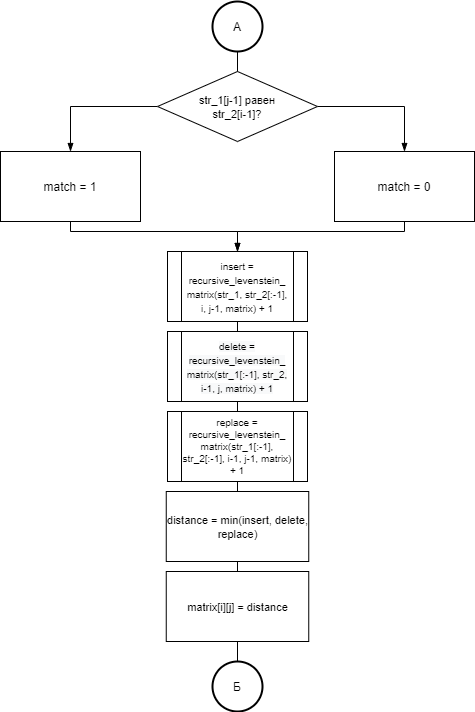
This is lab_01/report/diagrams/Рекурсивный Левенштейн с матрицей2.png from leontartykov/bmstu_sem_5_aa, a draw.io export, as it was before one commit. Source tidied: cells renumbered, new cells last; positions are measured from the earlier drawing's top-left corner, leaving out a move shared by most shapes.
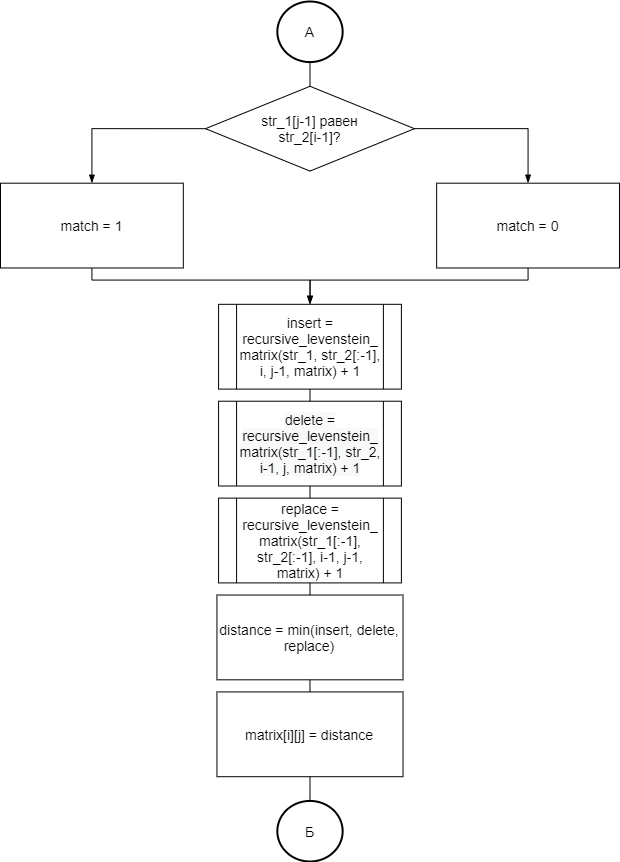
Above is the later version.

What changed in the source:
```diff
@@ -2,75 +2,78 @@
   <root>
     <mxCell id="0" />
     <mxCell id="1" parent="0" />
-    <mxCell id="2" style="edgeStyle=orthogonalEdgeStyle;rounded=0;jettySize=auto;html=1;entryX=0.5;entryY=0;entryDx=0;entryDy=0;endArrow=blockThin;endFill=1;" parent="1" edge="1" source="4" target="14">
-      <mxGeometry relative="1" as="geometry" />
-    </mxCell>
-    <mxCell id="3" style="edgeStyle=orthogonalEdgeStyle;rounded=0;jettySize=auto;html=1;exitX=0;exitY=0.5;exitDx=0;exitDy=0;entryX=0.5;entryY=0;entryDx=0;entryDy=0;endArrow=blockThin;endFill=1;" parent="1" edge="1" source="4" target="16">
-      <mxGeometry relative="1" as="geometry" />
-    </mxCell>
+    <mxCell id="22" style="group;" parent="1" vertex="1">
+      <mxGeometry x="-43" y="-140" width="619" height="860" as="geometry" />
+    </mxCell>
-    <mxCell id="4" value="&lt;font style=&quot;font-size: 11px&quot;&gt;str_1[j-1] равен&lt;br&gt;str_2[i-1]?&lt;/font&gt;" style="rhombus;whiteSpace=wrap;html=1;" parent="1" vertex="1">
-      <mxGeometry x="157" y="70" width="160" height="70" as="geometry" />
+    <mxCell id="4" value="&lt;font style=&quot;font-size: 14px&quot;&gt;str_1[j-1] равен&lt;br&gt;str_2[i-1]?&lt;/font&gt;" style="rhombus;whiteSpace=wrap;html=1;" parent="22" vertex="1">
+      <mxGeometry x="205" y="84.8" width="208.9" height="84.8" as="geometry" />
     </mxCell>
+    <mxCell id="6" value="&lt;font style=&quot;font-size: 14px&quot;&gt;&lt;br&gt;insert = recursive_levenstein_&lt;br&gt;matrix(str_1, str_2[:-1],&lt;br&gt;i, j-1, matrix) + 1&lt;br&gt;&amp;nbsp;&lt;/font&gt;" style="shape=process;whiteSpace=wrap;html=1;backgroundOutline=1;" parent="22" vertex="1">
+      <mxGeometry x="218.1" y="302.8" width="182.8" height="84.8" as="geometry" />
+    </mxCell>
+    <mxCell id="8" value="&lt;font style=&quot;font-size: 14px&quot;&gt;&lt;span style=&quot;color: rgb(0 , 0 , 0) ; font-family: &amp;#34;helvetica&amp;#34; ; font-style: normal ; font-weight: 400 ; letter-spacing: normal ; text-align: center ; text-indent: 0px ; text-transform: none ; word-spacing: 0px ; background-color: rgb(248 , 249 , 250) ; display: inline ; float: none&quot;&gt;delete = recursive_levenstein_&lt;/span&gt;&lt;br style=&quot;color: rgb(0 , 0 , 0) ; font-family: &amp;#34;helvetica&amp;#34; ; font-style: normal ; font-weight: 400 ; letter-spacing: normal ; text-align: center ; text-indent: 0px ; text-transform: none ; word-spacing: 0px ; background-color: rgb(248 , 249 , 250)&quot;&gt;&lt;span style=&quot;color: rgb(0 , 0 , 0) ; font-family: &amp;#34;helvetica&amp;#34; ; font-style: normal ; font-weight: 400 ; letter-spacing: normal ; text-align: center ; text-indent: 0px ; text-transform: none ; word-spacing: 0px ; background-color: rgb(248 , 249 , 250) ; display: inline ; float: none&quot;&gt;matrix(&lt;/span&gt;&lt;span style=&quot;color: rgb(0 , 0 , 0) ; font-family: &amp;#34;helvetica&amp;#34; ; font-style: normal ; font-weight: 400 ; letter-spacing: normal ; text-align: center ; text-indent: 0px ; text-transform: none ; word-spacing: 0px ; background-color: rgb(248 , 249 , 250) ; display: inline ; float: none&quot;&gt;str_1[:-1], str_2,&lt;/span&gt;&lt;br style=&quot;color: rgb(0 , 0 , 0) ; font-family: &amp;#34;helvetica&amp;#34; ; font-style: normal ; font-weight: 400 ; letter-spacing: normal ; text-align: center ; text-indent: 0px ; text-transform: none ; word-spacing: 0px ; background-color: rgb(248 , 249 , 250)&quot;&gt;&lt;span style=&quot;color: rgb(0 , 0 , 0) ; font-family: &amp;#34;helvetica&amp;#34; ; font-style: normal ; font-weight: 400 ; letter-spacing: normal ; text-align: center ; text-indent: 0px ; text-transform: none ; word-spacing: 0px ; background-color: rgb(248 , 249 , 250) ; display: inline ; float: none&quot;&gt;i-1, j, matrix) + 1&lt;/span&gt;&lt;/font&gt;" style="shape=process;whiteSpace=wrap;html=1;backgroundOutline=1;" parent="22" vertex="1">
+      <mxGeometry x="218.1" y="399.7" width="182.8" height="84.8" as="geometry" />
+    </mxCell>
-    <mxCell id="5" style="edgeStyle=orthogonalEdgeStyle;rounded=0;jettySize=auto;html=1;exitX=0.5;exitY=1;exitDx=0;exitDy=0;entryX=0.5;entryY=0;entryDx=0;entryDy=0;endArrow=none;endFill=0;" parent="1" edge="1" source="6" target="8">
+    <mxCell id="5" style="edgeStyle=orthogonalEdgeStyle;rounded=0;jettySize=auto;html=1;exitX=0.5;exitY=1;exitDx=0;exitDy=0;entryX=0.5;entryY=0;entryDx=0;entryDy=0;endArrow=none;endFill=0;" parent="22" edge="1" source="6" target="8">
       <mxGeometry relative="1" as="geometry" />
     </mxCell>
-    <mxCell id="6" value="&lt;font style=&quot;font-size: 10px&quot;&gt;&lt;br&gt;insert = recursive_levenstein_&lt;br&gt;matrix(str_1, str_2[:-1],&lt;br&gt;i, j-1, matrix) + 1&lt;br&gt;&amp;nbsp;&lt;/font&gt;" style="shape=process;whiteSpace=wrap;html=1;backgroundOutline=1;" parent="1" vertex="1">
-      <mxGeometry x="167" y="250" width="140" height="70" as="geometry" />
-    </mxCell>
+    <mxCell id="10" value="&lt;div style=&quot;font-size: 14px&quot;&gt;&lt;font style=&quot;font-size: 14px&quot;&gt;&lt;br&gt;&lt;/font&gt;&lt;/div&gt;&lt;div style=&quot;font-size: 14px&quot;&gt;&lt;span&gt;&lt;font style=&quot;font-size: 14px&quot;&gt;replace = recursive_levenstein_&lt;/font&gt;&lt;/span&gt;&lt;/div&gt;&lt;div style=&quot;font-size: 14px&quot;&gt;&lt;span&gt;&lt;font style=&quot;font-size: 14px&quot;&gt;matrix(str_1[:-1], str_2[:-1], i-1, j-1, matrix) + 1&lt;/font&gt;&lt;/span&gt;&lt;/div&gt;&lt;div style=&quot;font-size: 14px&quot;&gt;&lt;font style=&quot;font-size: 14px&quot;&gt;&amp;nbsp;&lt;/font&gt;&lt;/div&gt;" style="shape=process;whiteSpace=wrap;html=1;backgroundOutline=1;align=center;" parent="22" vertex="1">
+      <mxGeometry x="218.1" y="496.6" width="182.8" height="84.8" as="geometry" />
+    </mxCell>
-    <mxCell id="7" style="edgeStyle=orthogonalEdgeStyle;rounded=0;jettySize=auto;html=1;exitX=0.5;exitY=1;exitDx=0;exitDy=0;entryX=0.5;entryY=0;entryDx=0;entryDy=0;endArrow=none;endFill=0;" parent="1" edge="1" source="8" target="10">
+    <mxCell id="7" style="edgeStyle=orthogonalEdgeStyle;rounded=0;jettySize=auto;html=1;exitX=0.5;exitY=1;exitDx=0;exitDy=0;entryX=0.5;entryY=0;entryDx=0;entryDy=0;endArrow=none;endFill=0;" parent="22" edge="1" source="8" target="10">
       <mxGeometry relative="1" as="geometry" />
     </mxCell>
-    <mxCell id="8" value="&lt;font style=&quot;font-size: 10px&quot;&gt;&lt;span style=&quot;color: rgb(0 , 0 , 0) ; font-family: &amp;#34;helvetica&amp;#34; ; font-style: normal ; font-weight: 400 ; letter-spacing: normal ; text-align: center ; text-indent: 0px ; text-transform: none ; word-spacing: 0px ; background-color: rgb(248 , 249 , 250) ; display: inline ; float: none&quot;&gt;delete = recursive_levenstein_&lt;/span&gt;&lt;br style=&quot;color: rgb(0 , 0 , 0) ; font-family: &amp;#34;helvetica&amp;#34; ; font-style: normal ; font-weight: 400 ; letter-spacing: normal ; text-align: center ; text-indent: 0px ; text-transform: none ; word-spacing: 0px ; background-color: rgb(248 , 249 , 250)&quot;&gt;&lt;span style=&quot;color: rgb(0 , 0 , 0) ; font-family: &amp;#34;helvetica&amp;#34; ; font-style: normal ; font-weight: 400 ; letter-spacing: normal ; text-align: center ; text-indent: 0px ; text-transform: none ; word-spacing: 0px ; background-color: rgb(248 , 249 , 250) ; display: inline ; float: none&quot;&gt;matrix(&lt;/span&gt;&lt;span style=&quot;color: rgb(0 , 0 , 0) ; font-family: &amp;#34;helvetica&amp;#34; ; font-style: normal ; font-weight: 400 ; letter-spacing: normal ; text-align: center ; text-indent: 0px ; text-transform: none ; word-spacing: 0px ; background-color: rgb(248 , 249 , 250) ; display: inline ; float: none&quot;&gt;str_1[:-1], str_2,&lt;/span&gt;&lt;br style=&quot;color: rgb(0 , 0 , 0) ; font-family: &amp;#34;helvetica&amp;#34; ; font-style: normal ; font-weight: 400 ; letter-spacing: normal ; text-align: center ; text-indent: 0px ; text-transform: none ; word-spacing: 0px ; background-color: rgb(248 , 249 , 250)&quot;&gt;&lt;span style=&quot;color: rgb(0 , 0 , 0) ; font-family: &amp;#34;helvetica&amp;#34; ; font-style: normal ; font-weight: 400 ; letter-spacing: normal ; text-align: center ; text-indent: 0px ; text-transform: none ; word-spacing: 0px ; background-color: rgb(248 , 249 , 250) ; display: inline ; float: none&quot;&gt;i-1, j, matrix) + 1&lt;/span&gt;&lt;/font&gt;" style="shape=process;whiteSpace=wrap;html=1;backgroundOutline=1;" parent="1" vertex="1">
-      <mxGeometry x="167" y="330" width="140" height="70" as="geometry" />
-    </mxCell>
+    <mxCell id="12" value="&lt;font style=&quot;font-size: 14px&quot;&gt;distance = min(insert, delete, replace)&lt;/font&gt;" style="rounded=0;whiteSpace=wrap;html=1;" parent="22" vertex="1">
+      <mxGeometry x="216.4" y="593.5" width="186.1" height="84.8" as="geometry" />
+    </mxCell>
-    <mxCell id="9" style="edgeStyle=orthogonalEdgeStyle;rounded=0;jettySize=auto;html=1;exitX=0.5;exitY=1;exitDx=0;exitDy=0;entryX=0.5;entryY=0;entryDx=0;entryDy=0;endArrow=none;endFill=0;" parent="1" edge="1" source="10" target="12">
+    <mxCell id="9" style="edgeStyle=orthogonalEdgeStyle;rounded=0;jettySize=auto;html=1;exitX=0.5;exitY=1;exitDx=0;exitDy=0;entryX=0.5;entryY=0;entryDx=0;entryDy=0;endArrow=none;endFill=0;" parent="22" edge="1" source="10" target="12">
       <mxGeometry relative="1" as="geometry" />
     </mxCell>
-    <mxCell id="10" value="&lt;div style=&quot;font-size: 10px&quot;&gt;&lt;font style=&quot;font-size: 10px&quot;&gt;&lt;br&gt;&lt;/font&gt;&lt;/div&gt;&lt;div style=&quot;font-size: 10px&quot;&gt;&lt;span&gt;&lt;font style=&quot;font-size: 10px&quot;&gt;replace = recursive_levenstein_&lt;/font&gt;&lt;/span&gt;&lt;/div&gt;&lt;div style=&quot;font-size: 10px&quot;&gt;&lt;span&gt;&lt;font style=&quot;font-size: 10px&quot;&gt;matrix(str_1[:-1], str_2[:-1], i-1, j-1, matrix) + 1&lt;/font&gt;&lt;/span&gt;&lt;/div&gt;&lt;div style=&quot;font-size: 10px&quot;&gt;&lt;font style=&quot;font-size: 10px&quot;&gt;&amp;nbsp;&lt;/font&gt;&lt;/div&gt;" style="shape=process;whiteSpace=wrap;html=1;backgroundOutline=1;align=center;" parent="1" vertex="1">
-      <mxGeometry x="167" y="410" width="140" height="70" as="geometry" />
-    </mxCell>
-    <mxCell id="11" style="edgeStyle=orthogonalEdgeStyle;rounded=0;jettySize=auto;html=1;exitX=0.5;exitY=1;exitDx=0;exitDy=0;entryX=0.5;entryY=0;entryDx=0;entryDy=0;endArrow=none;endFill=0;" parent="1" edge="1" source="12" target="18">
-      <mxGeometry relative="1" as="geometry" />
-    </mxCell>
-    <mxCell id="12" value="&lt;font style=&quot;font-size: 11px&quot;&gt;distance = min(insert, delete, replace)&lt;/font&gt;" style="rounded=0;whiteSpace=wrap;html=1;" parent="1" vertex="1">
-      <mxGeometry x="165.8" y="490" width="142.5" height="70" as="geometry" />
-    </mxCell>
-    <mxCell id="13" style="edgeStyle=orthogonalEdgeStyle;rounded=0;jettySize=auto;html=1;exitX=0.5;exitY=1;exitDx=0;exitDy=0;entryX=0.5;entryY=0;entryDx=0;entryDy=0;endArrow=blockThin;endFill=1;" parent="1" edge="1" source="14" target="6">
+    <mxCell id="13" style="edgeStyle=orthogonalEdgeStyle;rounded=0;jettySize=auto;html=1;exitX=0.5;exitY=1;exitDx=0;exitDy=0;entryX=0.5;entryY=0;entryDx=0;entryDy=0;endArrow=blockThin;endFill=1;" parent="22" edge="1" source="14" target="6">
       <mxGeometry relative="1" as="geometry">
         <Array as="points">
-          <mxPoint x="404" y="230" />
-          <mxPoint x="237" y="230" />
+          <mxPoint x="527.6" y="278.6" />
+          <mxPoint x="309.5" y="278.6" />
         </Array>
       </mxGeometry>
     </mxCell>
-    <mxCell id="14" value="match = 0" style="rounded=0;whiteSpace=wrap;html=1;" parent="1" vertex="1">
-      <mxGeometry x="334" y="150" width="140" height="70" as="geometry" />
+    <mxCell id="14" value="&lt;font style=&quot;font-size: 14px&quot;&gt;match = 0&lt;/font&gt;" style="rounded=0;whiteSpace=wrap;html=1;" parent="22" vertex="1">
+      <mxGeometry x="436.2" y="181.7" width="182.8" height="84.8" as="geometry" />
     </mxCell>
+    <mxCell id="2" style="edgeStyle=orthogonalEdgeStyle;rounded=0;jettySize=auto;html=1;entryX=0.5;entryY=0;entryDx=0;entryDy=0;endArrow=blockThin;endFill=1;" parent="22" edge="1" source="4" target="14">
+      <mxGeometry relative="1" as="geometry" />
+    </mxCell>
-    <mxCell id="15" style="edgeStyle=orthogonalEdgeStyle;rounded=0;jettySize=auto;html=1;exitX=0.5;exitY=1;exitDx=0;exitDy=0;entryX=0.5;entryY=0;entryDx=0;entryDy=0;endArrow=blockThin;endFill=1;" parent="1" edge="1" source="16" target="6">
+    <mxCell id="15" style="edgeStyle=orthogonalEdgeStyle;rounded=0;jettySize=auto;html=1;exitX=0.5;exitY=1;exitDx=0;exitDy=0;entryX=0.5;entryY=0;entryDx=0;entryDy=0;endArrow=blockThin;endFill=1;" parent="22" edge="1" source="16" target="6">
       <mxGeometry relative="1" as="geometry">
         <Array as="points">
-          <mxPoint x="70" y="230" />
-          <mxPoint x="237" y="230" />
+          <mxPoint x="91.4" y="278.6" />
+          <mxPoint x="309.5" y="278.6" />
         </Array>
       </mxGeometry>
     </mxCell>
-    <mxCell id="16" value="match = 1" style="rounded=0;whiteSpace=wrap;html=1;" parent="1" vertex="1">
-      <mxGeometry y="150" width="140" height="70" as="geometry" />
+    <mxCell id="16" value="&lt;font style=&quot;font-size: 14px&quot;&gt;match = 1&lt;/font&gt;" style="rounded=0;whiteSpace=wrap;html=1;" parent="22" vertex="1">
+      <mxGeometry y="181.7" width="182.8" height="84.8" as="geometry" />
     </mxCell>
+    <mxCell id="3" style="edgeStyle=orthogonalEdgeStyle;rounded=0;jettySize=auto;html=1;exitX=0;exitY=0.5;exitDx=0;exitDy=0;entryX=0.5;entryY=0;entryDx=0;entryDy=0;endArrow=blockThin;endFill=1;" parent="22" edge="1" source="4" target="16">
+      <mxGeometry relative="1" as="geometry" />
+    </mxCell>
+    <mxCell id="18" value="&lt;font style=&quot;font-size: 14px&quot;&gt;matrix[i][j] = distance&lt;/font&gt;" style="rounded=0;whiteSpace=wrap;html=1;" parent="22" vertex="1">
+      <mxGeometry x="216.4" y="690.4" width="186.1" height="84.8" as="geometry" />
+    </mxCell>
+    <mxCell id="11" style="edgeStyle=orthogonalEdgeStyle;rounded=0;jettySize=auto;html=1;exitX=0.5;exitY=1;exitDx=0;exitDy=0;entryX=0.5;entryY=0;entryDx=0;entryDy=0;endArrow=none;endFill=0;" parent="22" edge="1" source="12" target="18">
+      <mxGeometry relative="1" as="geometry" />
+    </mxCell>
+    <mxCell id="19" value="&lt;font style=&quot;font-size: 14px&quot;&gt;Б&lt;/font&gt;" style="strokeWidth=2;html=1;shape=mxgraph.flowchart.start_2;whiteSpace=wrap;" parent="22" vertex="1">
+      <mxGeometry x="276.8" y="799.4" width="65.3" height="60.6" as="geometry" />
+    </mxCell>
-    <mxCell id="17" style="edgeStyle=orthogonalEdgeStyle;rounded=0;jettySize=auto;html=1;exitX=0.5;exitY=1;exitDx=0;exitDy=0;entryX=0.5;entryY=0;entryDx=0;entryDy=0;entryPerimeter=0;endArrow=none;endFill=0;" parent="1" edge="1" source="18" target="19">
+    <mxCell id="17" style="edgeStyle=orthogonalEdgeStyle;rounded=0;jettySize=auto;html=1;exitX=0.5;exitY=1;exitDx=0;exitDy=0;entryX=0.5;entryY=0;entryDx=0;entryDy=0;entryPerimeter=0;endArrow=none;endFill=0;" parent="22" edge="1" source="18" target="19">
       <mxGeometry relative="1" as="geometry" />
     </mxCell>
-    <mxCell id="18" value="&lt;font style=&quot;font-size: 11px&quot;&gt;matrix[i][j] = distance&lt;/font&gt;" style="rounded=0;whiteSpace=wrap;html=1;" parent="1" vertex="1">
-      <mxGeometry x="165.8" y="570" width="142.5" height="70" as="geometry" />
-    </mxCell>
-    <mxCell id="19" value="Б" style="strokeWidth=2;html=1;shape=mxgraph.flowchart.start_2;whiteSpace=wrap;" parent="1" vertex="1">
-      <mxGeometry x="212" y="660" width="50" height="50" as="geometry" />
-    </mxCell>
-    <mxCell id="20" style="edgeStyle=orthogonalEdgeStyle;rounded=0;jettySize=auto;html=1;exitX=0.5;exitY=1;exitDx=0;exitDy=0;exitPerimeter=0;entryX=0.5;entryY=0;entryDx=0;entryDy=0;endArrow=none;endFill=0;" parent="1" edge="1" source="21" target="4">
+    <mxCell id="20" style="edgeStyle=orthogonalEdgeStyle;rounded=0;jettySize=auto;html=1;exitX=0.5;exitY=1;exitDx=0;exitDy=0;exitPerimeter=0;entryX=0.5;entryY=0;entryDx=0;entryDy=0;endArrow=none;endFill=0;" parent="22" edge="1" source="21" target="4">
       <mxGeometry relative="1" as="geometry" />
     </mxCell>
-    <mxCell id="21" value="А" style="strokeWidth=2;html=1;shape=mxgraph.flowchart.start_2;whiteSpace=wrap;" parent="1" vertex="1">
-      <mxGeometry x="212" width="50" height="50" as="geometry" />
+    <mxCell id="21" value="&lt;font style=&quot;font-size: 14px&quot;&gt;А&lt;/font&gt;" style="strokeWidth=2;html=1;shape=mxgraph.flowchart.start_2;whiteSpace=wrap;" parent="22" vertex="1">
+      <mxGeometry x="276.8" width="65.3" height="60.6" as="geometry" />
     </mxCell>
   </root>
 </mxGraphModel>
```
